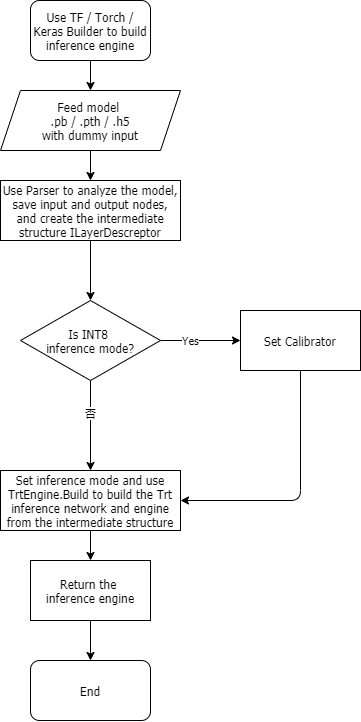
This is doc/img/forward_workflow_high_level_EN.png from Tencent/Forward, a draw.io export, as it was before one commit. Source tidied: cells renumbered, new cells last; positions are measured from the earlier drawing's top-left corner, leaving out a move shared by most shapes.
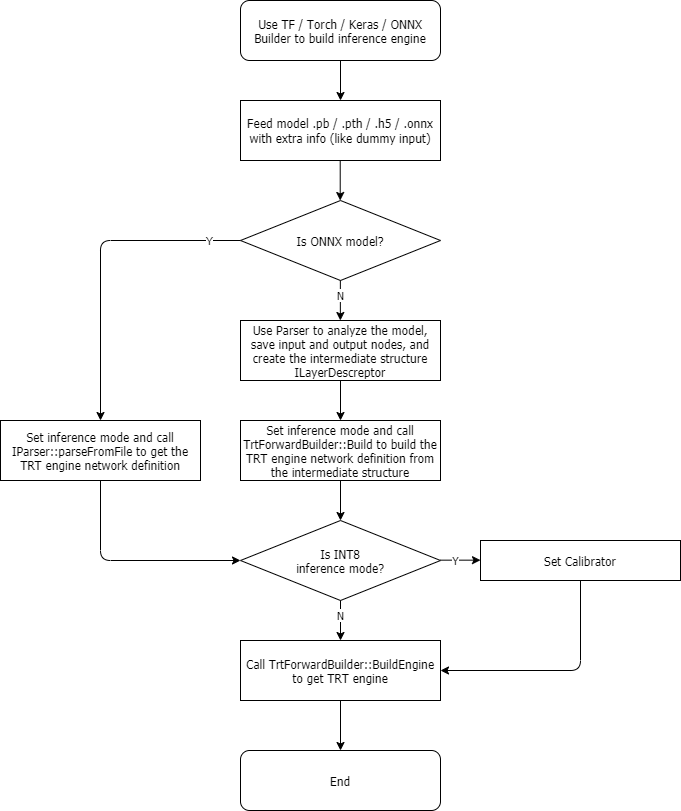
After the change.

Change to the diagram source:
```diff
@@ -2,63 +2,110 @@
   <root>
     <mxCell id="0" />
     <mxCell id="1" parent="0" />
-    <mxCell id="2" style="edgeStyle=orthogonalEdgeStyle;rounded=0;jettySize=auto;html=1;fontFamily=Tahoma;align=center;" parent="1" edge="1" source="3" target="15">
-      <mxGeometry relative="1" as="geometry" />
-    </mxCell>
-    <mxCell id="3" value="Feed model &lt;br&gt;.pb / .pth / .h5&lt;br&gt;with dummy input" style="shape=parallelogram;perimeter=parallelogramPerimeter;whiteSpace=wrap;html=1;fixedSize=1;fontFamily=Tahoma;align=center;" parent="1" vertex="1">
-      <mxGeometry y="90" width="180" height="60" as="geometry" />
-    </mxCell>
-    <mxCell id="4" value="Use TF / Torch / Keras Builder to build inference engine" style="rounded=1;whiteSpace=wrap;html=1;fontFamily=Tahoma;align=center;" parent="1" vertex="1">
-      <mxGeometry x="30" width="120" height="60" as="geometry" />
-    </mxCell>
-    <mxCell id="5" style="endArrow=classic;html=1;exitX=0.5;exitY=1;exitDx=0;exitDy=0;entryX=0.5;entryY=0;entryDx=0;entryDy=0;fontFamily=Tahoma;align=center;" parent="1" edge="1" source="4" target="3">
-      <mxGeometry relative="1" as="geometry" />
-    </mxCell>
-    <mxCell id="6" style="edgeStyle=orthogonalEdgeStyle;rounded=0;jettySize=auto;html=1;fontFamily=Tahoma;align=center;" parent="1" edge="1" source="10" target="11">
-      <mxGeometry relative="1" as="geometry" />
-    </mxCell>
-    <mxCell id="7" value="Yes" style="edgeLabel;html=1;align=center;verticalAlign=middle;fontFamily=Tahoma;" parent="6" vertex="1">
-      <mxGeometry x="-0.26" relative="1" as="geometry" />
-    </mxCell>
-    <mxCell id="8" style="edgeStyle=orthogonalEdgeStyle;rounded=0;jettySize=auto;html=1;fontFamily=Tahoma;align=center;" parent="1" edge="1" source="10" target="13">
-      <mxGeometry relative="1" as="geometry" />
-    </mxCell>
-    <mxCell id="9" value="否" style="edgeLabel;html=1;align=center;verticalAlign=middle;fontFamily=Tahoma;" parent="8" vertex="1">
-      <mxGeometry x="-0.27" relative="1" as="geometry" />
-    </mxCell>
+    <mxCell id="20" value="Use TF / Torch / Keras / ONNX Builder to build inference engine" style="rounded=1;whiteSpace=wrap;html=1;fontFamily=Tahoma;align=center;" parent="1" vertex="1">
+      <mxGeometry x="750" y="-10" width="200" height="60" as="geometry" />
+    </mxCell>
+    <mxCell id="21" style="endArrow=classic;html=1;exitX=0.5;exitY=1;exitDx=0;exitDy=0;entryX=0.5;entryY=0;entryDx=0;entryDy=0;fontFamily=Tahoma;align=center;" parent="1" edge="1" source="20">
+      <mxGeometry relative="1" as="geometry">
+        <mxPoint x="850" y="90" as="targetPoint" />
+      </mxGeometry>
+    </mxCell>
+    <mxCell id="22" style="edgeStyle=orthogonalEdgeStyle;rounded=0;orthogonalLoop=1;jettySize=auto;html=1;fontFamily=Tahoma;align=center;" parent="1" edge="1">
+      <mxGeometry relative="1" as="geometry">
+        <mxPoint x="950" y="549.7" as="sourcePoint" />
+        <mxPoint x="990" y="549.7" as="targetPoint" />
+      </mxGeometry>
+    </mxCell>
+    <mxCell id="23" value="Y" style="edgeLabel;html=1;align=center;verticalAlign=middle;fontFamily=Tahoma;" parent="22" vertex="1">
+      <mxGeometry x="-0.26" relative="1" as="geometry" />
+    </mxCell>
+    <mxCell id="11" value="Set Calibrator" style="whiteSpace=wrap;html=1;fontFamily=Tahoma;align=center;" parent="1" vertex="1">
+      <mxGeometry x="990" y="530" width="200" height="40" as="geometry" />
+    </mxCell>
+    <mxCell id="24" style="edgeStyle=orthogonalEdgeStyle;rounded=0;jettySize=auto;html=1;fontFamily=Tahoma;align=center;" parent="1" edge="1" source="15">
+      <mxGeometry relative="1" as="geometry">
+        <mxPoint x="850" y="410" as="targetPoint" />
+      </mxGeometry>
+    </mxCell>
+    <mxCell id="15" value="Use Parser to analyze the model, save input and output nodes, and create the intermediate structure ILayerDescreptor" style="whiteSpace=wrap;html=1;fontFamily=Tahoma;align=center;" parent="1" vertex="1">
+      <mxGeometry x="750" y="310" width="200" height="60" as="geometry" />
+    </mxCell>
+    <mxCell id="25" style="edgeStyle=orthogonalEdgeStyle;rounded=0;jettySize=auto;html=1;fontFamily=Tahoma;align=center;" parent="1" edge="1" source="26" target="19">
+      <mxGeometry relative="1" as="geometry" />
+    </mxCell>
+    <mxCell id="26" value="Call TrtForwardBuilder::BuildEngine to get TRT engine" style="whiteSpace=wrap;html=1;fontFamily=Tahoma;align=center;" parent="1" vertex="1">
+      <mxGeometry x="750" y="630" width="200" height="60" as="geometry" />
+    </mxCell>
+    <mxCell id="19" value="End" style="rounded=1;whiteSpace=wrap;html=1;fontFamily=Tahoma;align=center;" parent="1" vertex="1">
+      <mxGeometry x="750" y="740" width="200" height="60" as="geometry" />
+    </mxCell>
+    <mxCell id="27" value="&lt;span style=&quot;font-family: &amp;#34;tahoma&amp;#34;&quot;&gt;Feed model&amp;nbsp;&lt;/span&gt;&lt;span style=&quot;font-family: &amp;#34;tahoma&amp;#34;&quot;&gt;.pb / .pth / .h5 / .onnx&lt;/span&gt;&lt;br style=&quot;font-family: &amp;#34;tahoma&amp;#34;&quot;&gt;&lt;span style=&quot;font-family: &amp;#34;tahoma&amp;#34;&quot;&gt;with extra info (like dummy input)&lt;/span&gt;" style="rounded=0;whiteSpace=wrap;html=1;" parent="1" vertex="1">
+      <mxGeometry x="750" y="90" width="200" height="60" as="geometry" />
+    </mxCell>
+    <mxCell id="28" style="endArrow=classic;html=1;exitX=0.5;exitY=1;exitDx=0;exitDy=0;entryX=0.5;entryY=0;entryDx=0;entryDy=0;fontFamily=Tahoma;align=center;" parent="1" edge="1">
+      <mxGeometry relative="1" as="geometry">
+        <mxPoint x="849.7" y="150" as="sourcePoint" />
+        <mxPoint x="849.7" y="190" as="targetPoint" />
+      </mxGeometry>
+    </mxCell>
+    <mxCell id="29" value="Is ONNX model?" style="rhombus;whiteSpace=wrap;html=1;fontFamily=Tahoma;align=center;" parent="1" vertex="1">
+      <mxGeometry x="750" y="190" width="200" height="80" as="geometry" />
+    </mxCell>
+    <mxCell id="30" style="edgeStyle=orthogonalEdgeStyle;rounded=0;orthogonalLoop=1;jettySize=auto;html=1;fontFamily=Tahoma;align=center;" parent="1" edge="1">
+      <mxGeometry relative="1" as="geometry">
+        <mxPoint x="849.9" y="270" as="sourcePoint" />
+        <mxPoint x="849.9" y="310" as="targetPoint" />
+      </mxGeometry>
+    </mxCell>
+    <mxCell id="31" value="N" style="edgeLabel;html=1;align=center;verticalAlign=middle;fontFamily=Tahoma;" parent="30" vertex="1">
+      <mxGeometry x="-0.26" relative="1" as="geometry" />
+    </mxCell>
+    <mxCell id="32" value="Set inference mode and call IParser::parseFromFile&amp;nbsp;to get the TRT engine network definition" style="whiteSpace=wrap;html=1;fontFamily=Tahoma;align=center;" parent="1" vertex="1">
+      <mxGeometry x="510" y="410" width="200" height="60" as="geometry" />
+    </mxCell>
+    <mxCell id="33" style="endArrow=classic;html=1;fontFamily=Tahoma;align=center;entryX=0.5;entryY=0;entryDx=0;entryDy=0;" parent="1" edge="1" source="29" target="32">
+      <mxGeometry relative="1" as="geometry">
+        <Array as="points">
+          <mxPoint x="610" y="230" />
+        </Array>
+      </mxGeometry>
+    </mxCell>
+    <mxCell id="34" value="Y" style="edgeLabel;html=1;align=center;verticalAlign=middle;" parent="33" vertex="1">
+      <mxGeometry x="-0.8" y="1" relative="1" as="geometry" />
+    </mxCell>
-    <mxCell id="10" value="Is INT8 &lt;br&gt;inference mode?" style="rhombus;whiteSpace=wrap;html=1;fontFamily=Tahoma;align=center;" parent="1" vertex="1">
-      <mxGeometry x="20" y="300" width="140" height="80" as="geometry" />
+    <mxCell id="10" value="Is INT8&lt;br&gt;inference mode?" style="rhombus;whiteSpace=wrap;html=1;fontFamily=Tahoma;align=center;" parent="1" vertex="1">
+      <mxGeometry x="750" y="510" width="200" height="80" as="geometry" />
     </mxCell>
-    <mxCell id="11" value="Set Calibrator" style="whiteSpace=wrap;html=1;fontFamily=Tahoma;align=center;" parent="1" vertex="1">
-      <mxGeometry x="240" y="310" width="120" height="60" as="geometry" />
-    </mxCell>
-    <mxCell id="12" style="edgeStyle=orthogonalEdgeStyle;rounded=0;jettySize=auto;html=1;fontFamily=Tahoma;align=center;" parent="1" edge="1" source="13" target="18">
-      <mxGeometry relative="1" as="geometry" />
-    </mxCell>
-    <mxCell id="13" value="Set inference mode and use TrtEngine.Build to build the Trt inference network and engine from the intermediate structure" style="whiteSpace=wrap;html=1;fontFamily=Tahoma;align=center;" parent="1" vertex="1">
-      <mxGeometry y="470" width="180" height="60" as="geometry" />
-    </mxCell>
-    <mxCell id="14" style="edgeStyle=orthogonalEdgeStyle;rounded=0;jettySize=auto;html=1;fontFamily=Tahoma;align=center;" parent="1" edge="1" source="15" target="10">
-      <mxGeometry relative="1" as="geometry" />
-    </mxCell>
-    <mxCell id="15" value="Use Parser to analyze the model, save input and output nodes, and create the intermediate structure ILayerDescreptor" style="whiteSpace=wrap;html=1;fontFamily=Tahoma;align=center;" parent="1" vertex="1">
-      <mxGeometry y="180" width="180" height="60" as="geometry" />
-    </mxCell>
-    <mxCell id="16" style="endArrow=classic;html=1;exitX=0.5;exitY=1;exitDx=0;exitDy=0;entryX=1;entryY=0.5;entryDx=0;entryDy=0;fontFamily=Tahoma;align=center;" parent="1" edge="1" source="11" target="13">
-      <mxGeometry relative="1" as="geometry">
-        <Array as="points">
-          <mxPoint x="300" y="500" />
-        </Array>
-      </mxGeometry>
-    </mxCell>
-    <mxCell id="17" style="edgeStyle=orthogonalEdgeStyle;rounded=0;jettySize=auto;html=1;fontFamily=Tahoma;align=center;" parent="1" edge="1" source="18" target="19">
-      <mxGeometry relative="1" as="geometry" />
-    </mxCell>
-    <mxCell id="18" value="Return the &lt;br&gt;inference engine" style="whiteSpace=wrap;html=1;fontFamily=Tahoma;align=center;" parent="1" vertex="1">
-      <mxGeometry x="30" y="560" width="120" height="60" as="geometry" />
-    </mxCell>
-    <mxCell id="19" value="End" style="rounded=1;whiteSpace=wrap;html=1;fontFamily=Tahoma;align=center;" parent="1" vertex="1">
-      <mxGeometry x="30" y="660" width="120" height="60" as="geometry" />
-    </mxCell>
+    <mxCell id="35" value="Set inference mode and call TrtForwardBuilder::Build&amp;nbsp;to build the TRT engine network definition from the intermediate structure" style="whiteSpace=wrap;html=1;fontFamily=Tahoma;align=center;" parent="1" vertex="1">
+      <mxGeometry x="750" y="410" width="200" height="60" as="geometry" />
+    </mxCell>
+    <mxCell id="36" style="endArrow=classic;html=1;exitX=0.5;exitY=1;exitDx=0;exitDy=0;fontFamily=Tahoma;align=center;" parent="1" edge="1" source="35">
+      <mxGeometry relative="1" as="geometry">
+        <mxPoint x="850" y="510" as="targetPoint" />
+      </mxGeometry>
+    </mxCell>
+    <mxCell id="37" style="edgeStyle=orthogonalEdgeStyle;rounded=0;jettySize=auto;html=1;fontFamily=Tahoma;align=center;entryX=0.5;entryY=0;entryDx=0;entryDy=0;" parent="1" edge="1" target="26">
+      <mxGeometry relative="1" as="geometry">
+        <mxPoint x="850" y="590" as="sourcePoint" />
+      </mxGeometry>
+    </mxCell>
+    <mxCell id="38" value="N" style="edgeLabel;html=1;align=center;verticalAlign=middle;fontFamily=Tahoma;" parent="37" vertex="1">
+      <mxGeometry x="-0.26" relative="1" as="geometry" />
+    </mxCell>
+    <mxCell id="39" style="endArrow=classic;html=1;fontFamily=Tahoma;align=center;entryX=0;entryY=0.5;entryDx=0;entryDy=0;exitX=0.5;exitY=1;exitDx=0;exitDy=0;" parent="1" edge="1" source="32" target="10">
+      <mxGeometry relative="1" as="geometry">
+        <Array as="points">
+          <mxPoint x="610" y="550" />
+        </Array>
+      </mxGeometry>
+    </mxCell>
+    <mxCell id="40" style="endArrow=classic;html=1;fontFamily=Tahoma;align=center;exitX=0.5;exitY=1;exitDx=0;exitDy=0;entryX=1;entryY=0.5;entryDx=0;entryDy=0;" parent="1" edge="1" target="26">
+      <mxGeometry relative="1" as="geometry">
+        <mxPoint x="1090" y="570" as="sourcePoint" />
+        <Array as="points">
+          <mxPoint x="1090" y="660" />
+        </Array>
+      </mxGeometry>
+    </mxCell>
   </root>
 </mxGraphModel>
```
